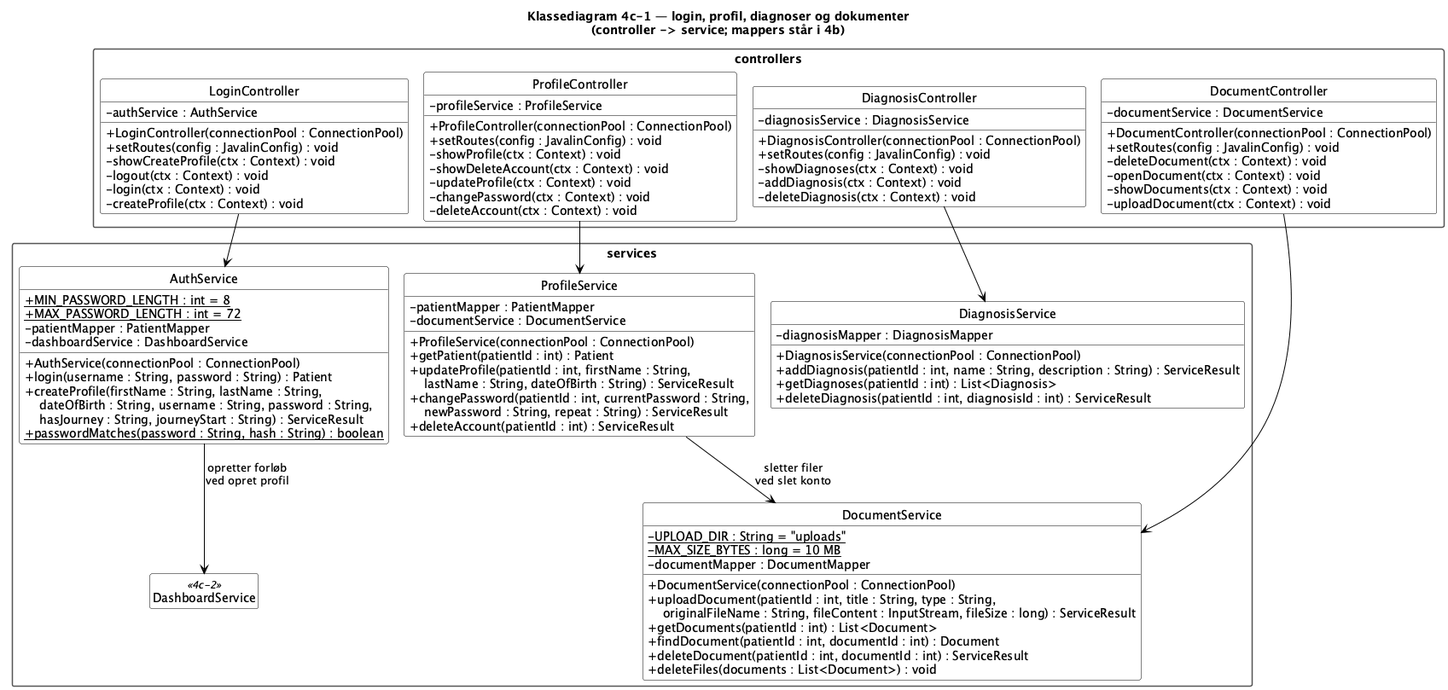
Above: doc/static/Klassediagram4c-1-login-profil.png in BesimaP/Simpl-PET-project (PlantUML), before the change.
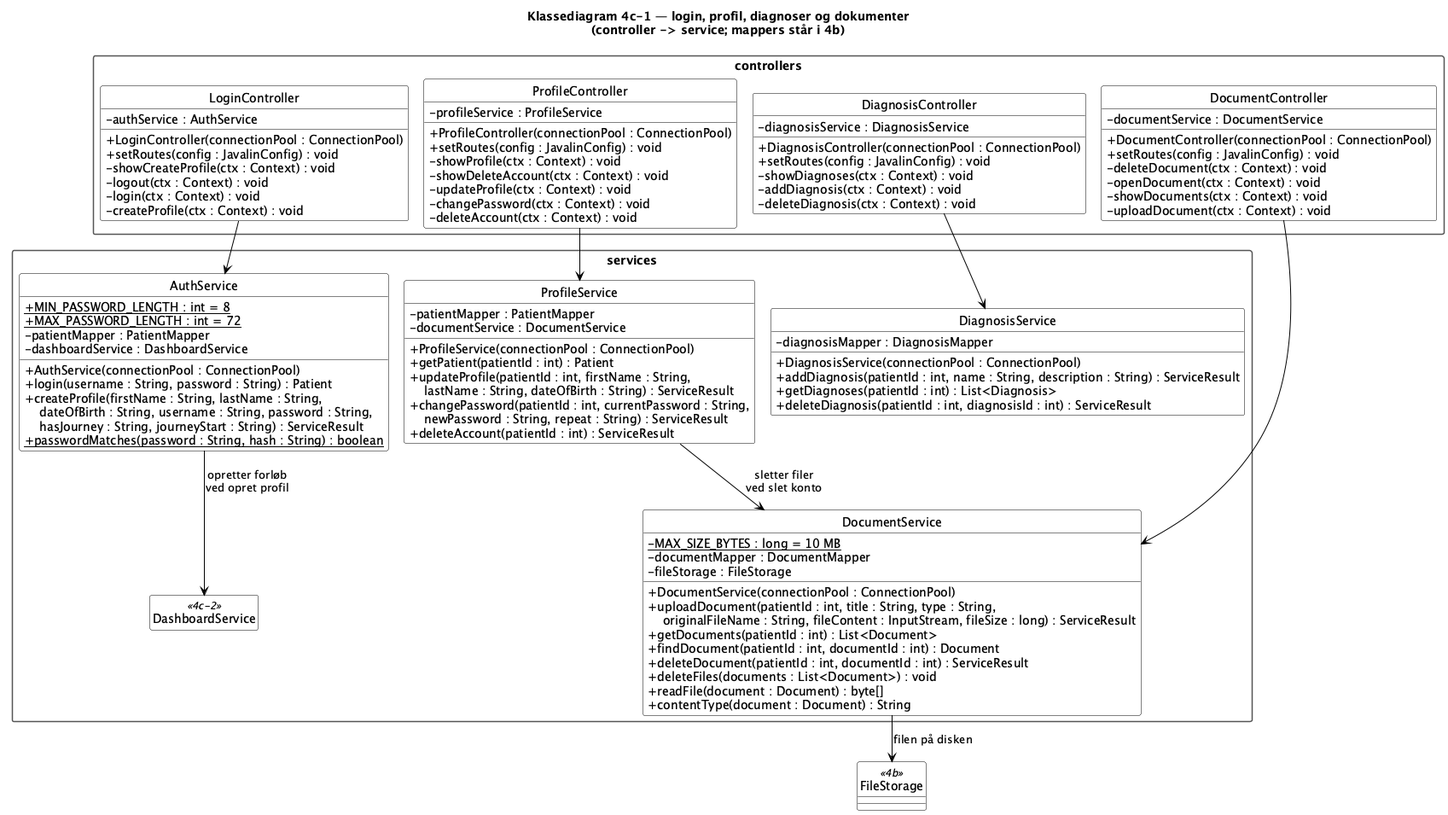
Later version of the same file.

Diff of the diagram source:
```diff
@@ -93,19 +93,23 @@
   }
 
   class DocumentService {
-    - {static} UPLOAD_DIR : String = "uploads"
     - {static} MAX_SIZE_BYTES : long = 10 MB
     - documentMapper : DocumentMapper
+    - fileStorage : FileStorage
     + DocumentService(connectionPool : ConnectionPool)
     + uploadDocument(patientId : int, title : String, type : String,\n    originalFileName : String, fileContent : InputStream, fileSize : long) : ServiceResult
     + getDocuments(patientId : int) : List<Document>
     + findDocument(patientId : int, documentId : int) : Document
     + deleteDocument(patientId : int, documentId : int) : ServiceResult
     + deleteFiles(documents : List<Document>) : void
+    + readFile(document : Document) : byte[]
+    + contentType(document : Document) : String
   }
 
   class DashboardService <<4c-2>>
 }
+
+class FileStorage <<4b>>
 
 LoginController --> AuthService
 ProfileController --> ProfileService
@@ -114,6 +118,7 @@
 
 AuthService --> DashboardService : opretter forløb\nved opret profil
 ProfileService --> DocumentService : sletter filer\nved slet konto
+DocumentService --> FileStorage : filen på disken
 
 
 @enduml
```
